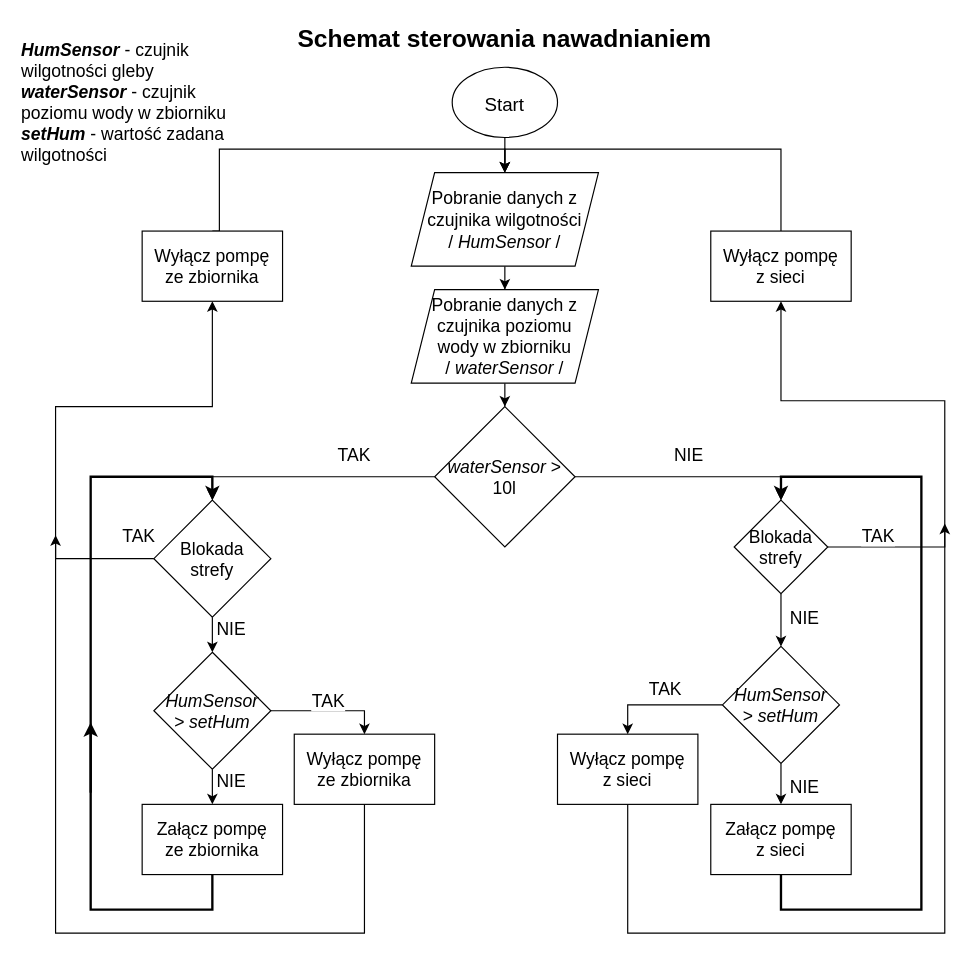
Above: Schematy_działania_funkcji/Podlewanie/Nawadnianie.drawio in AgniechaP/Sterowanie-szklarnia (draw.io), before the change. Source tidied: cells renumbered, new cells numbered last; positions are measured from the earlier drawing's top-left corner, leaving out a move shared by most shapes. Both pictures are drawn from the tidied source at 117%, with x=0, y=0 at pixel (20, 20).
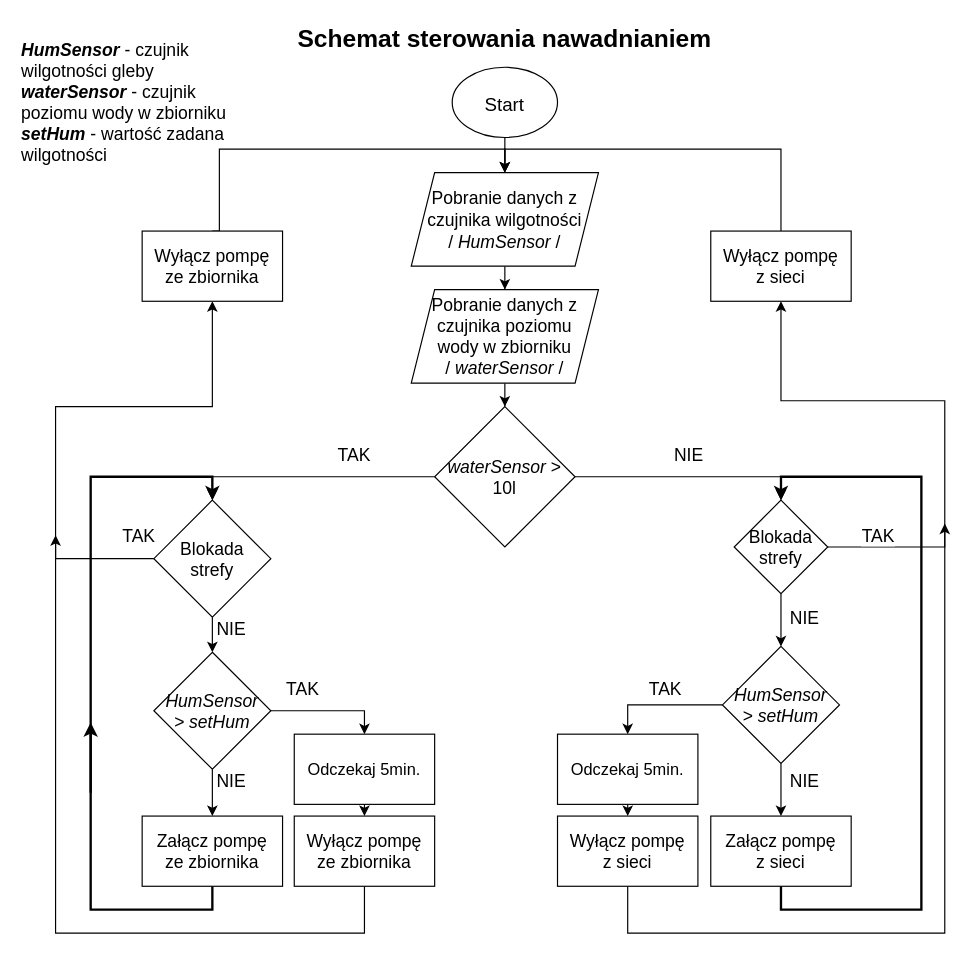
The same page after the edit.

The change refers to these unchanged cells:
```xml
<mxCell id="26" value="&lt;i&gt;HumSensor &lt;br&gt;&amp;gt; setHum&lt;/i&gt;" style="rhombus;whiteSpace=wrap;html=1;fontSize=15;" parent="1" vertex="1">
  <mxGeometry x="114" y="540" width="100" height="100" as="geometry" />
</mxCell>
<mxCell id="37" value="&lt;i&gt;HumSensor &lt;br&gt;&amp;gt; setHum&lt;/i&gt;" style="rhombus;whiteSpace=wrap;html=1;fontSize=15;" parent="1" vertex="1">
  <mxGeometry x="600" y="535" width="100" height="100" as="geometry" />
</mxCell>
```

Change to the diagram source:
```diff
@@
     <mxCell id="19" value="Załącz pompę &lt;br&gt;ze zbiornika" style="rounded=0;whiteSpace=wrap;html=1;fontSize=15;" parent="1" vertex="1">
-      <mxGeometry x="104" y="670" width="120" height="60" as="geometry" />
+      <mxGeometry x="104" y="680" width="120" height="60" as="geometry" />
     </mxCell>
@@
     <mxCell id="23" value="NIE" style="edgeStyle=orthogonalEdgeStyle;rounded=0;jettySize=auto;html=1;fontSize=15;" parent="1" edge="1" source="26" target="19">
-      <mxGeometry x="0.2" y="16" relative="1" as="geometry" />
+      <mxGeometry x="-0.5" y="16" relative="1" as="geometry" />
     </mxCell>
-    <mxCell id="24" style="edgeStyle=orthogonalEdgeStyle;rounded=0;jettySize=auto;html=1;exitX=1;exitY=0.5;exitDx=0;exitDy=0;entryX=0.5;entryY=0;entryDx=0;entryDy=0;fontSize=15;" parent="1" edge="1" source="26" target="28">
+    <mxCell id="24" style="edgeStyle=orthogonalEdgeStyle;rounded=0;jettySize=auto;html=1;exitX=1;exitY=0.5;exitDx=0;exitDy=0;fontSize=15;entryX=0.5;entryY=0;entryDx=0;entryDy=0;" parent="1" edge="1" source="26" target="43">
       <mxGeometry relative="1" as="geometry" />
     </mxCell>
     <mxCell id="25" value="TAK" style="edgeLabel;html=1;align=center;verticalAlign=middle;fontSize=15;" parent="24" vertex="1">
       <mxGeometry x="-0.05" y="-1" relative="1" as="geometry">
-        <mxPoint y="-11" as="offset" />
+        <mxPoint x="-22" y="-21" as="offset" />
       </mxGeometry>
     </mxCell>
@@
     <mxCell id="28" value="Wyłącz pompę &lt;br&gt;ze zbiornika" style="rounded=0;whiteSpace=wrap;html=1;fontSize=15;" parent="1" vertex="1">
-      <mxGeometry x="234" y="610" width="120" height="60" as="geometry" />
+      <mxGeometry x="234" y="680" width="120" height="60" as="geometry" />
     </mxCell>
@@
     <mxCell id="34" value="NIE" style="edgeStyle=orthogonalEdgeStyle;rounded=0;jettySize=auto;html=1;fontSize=15;strokeWidth=1;" parent="1" edge="1" source="37" target="39">
-      <mxGeometry x="0.33" y="20" relative="1" as="geometry" />
+      <mxGeometry x="-0.33" y="20" relative="1" as="geometry" />
     </mxCell>
-    <mxCell id="35" style="edgeStyle=orthogonalEdgeStyle;rounded=0;jettySize=auto;html=1;exitX=0;exitY=0.5;exitDx=0;exitDy=0;entryX=0.5;entryY=0;entryDx=0;entryDy=0;fontSize=15;strokeWidth=1;" parent="1" edge="1" source="37" target="41">
+    <mxCell id="35" style="edgeStyle=orthogonalEdgeStyle;rounded=0;jettySize=auto;html=1;exitX=0;exitY=0.5;exitDx=0;exitDy=0;fontSize=15;strokeWidth=1;entryX=0.5;entryY=0;entryDx=0;entryDy=0;" parent="1" edge="1" source="37" target="45">
       <mxGeometry relative="1" as="geometry" />
     </mxCell>
@@
     <mxCell id="39" value="Załącz pompę &lt;br&gt;z sieci" style="rounded=0;whiteSpace=wrap;html=1;fontSize=15;" parent="1" vertex="1">
-      <mxGeometry x="590" y="670" width="120" height="60" as="geometry" />
+      <mxGeometry x="590" y="680" width="120" height="60" as="geometry" />
     </mxCell>
@@
     <mxCell id="41" value="Wyłącz pompę &lt;br&gt;z sieci" style="rounded=0;whiteSpace=wrap;html=1;fontSize=15;" parent="1" vertex="1">
-      <mxGeometry x="459" y="610" width="120" height="60" as="geometry" />
+      <mxGeometry x="459" y="680" width="120" height="60" as="geometry" />
     </mxCell>
+    <mxCell id="42" style="edgeStyle=orthogonalEdgeStyle;rounded=0;jettySize=auto;html=1;exitX=0.5;exitY=1;exitDx=0;exitDy=0;entryX=0.5;entryY=0;entryDx=0;entryDy=0;" parent="1" edge="1" source="43" target="28">
+      <mxGeometry relative="1" as="geometry" />
+    </mxCell>
+    <mxCell id="43" value="&lt;font style=&quot;font-size: 14px&quot;&gt;Odczekaj 5min.&lt;/font&gt;" style="rounded=0;whiteSpace=wrap;html=1;" parent="1" vertex="1">
+      <mxGeometry x="234" y="610" width="120" height="60" as="geometry" />
+    </mxCell>
+    <mxCell id="44" style="edgeStyle=orthogonalEdgeStyle;rounded=0;jettySize=auto;html=1;exitX=0.5;exitY=1;exitDx=0;exitDy=0;entryX=0.5;entryY=0;entryDx=0;entryDy=0;fontSize=14;" parent="1" edge="1" source="45" target="41">
+      <mxGeometry relative="1" as="geometry" />
+    </mxCell>
+    <mxCell id="45" value="&lt;font style=&quot;font-size: 14px&quot;&gt;Odczekaj 5min.&lt;/font&gt;" style="rounded=0;whiteSpace=wrap;html=1;" parent="1" vertex="1">
+      <mxGeometry x="459" y="610" width="120" height="60" as="geometry" />
+    </mxCell>
```
